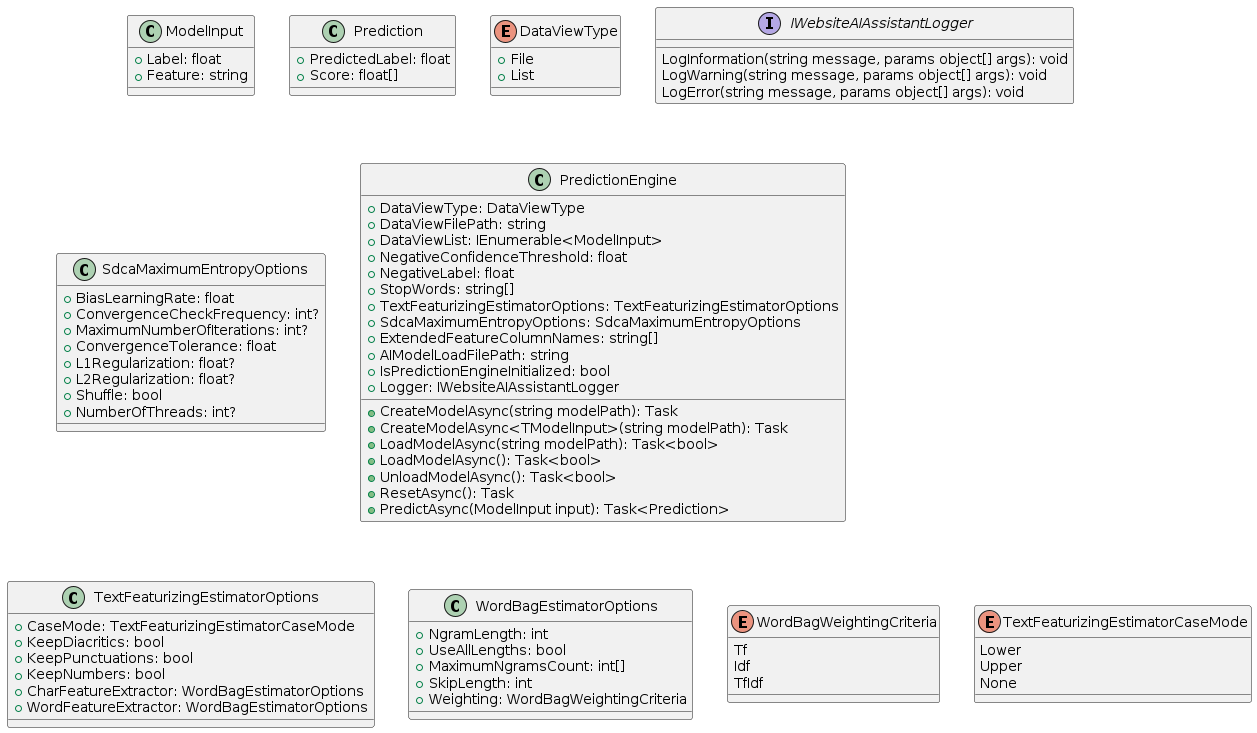
Above: Docs/ClassDiagram.png in VeritasSoftware/WebsiteAIAssistant (PlantUML), before the change.
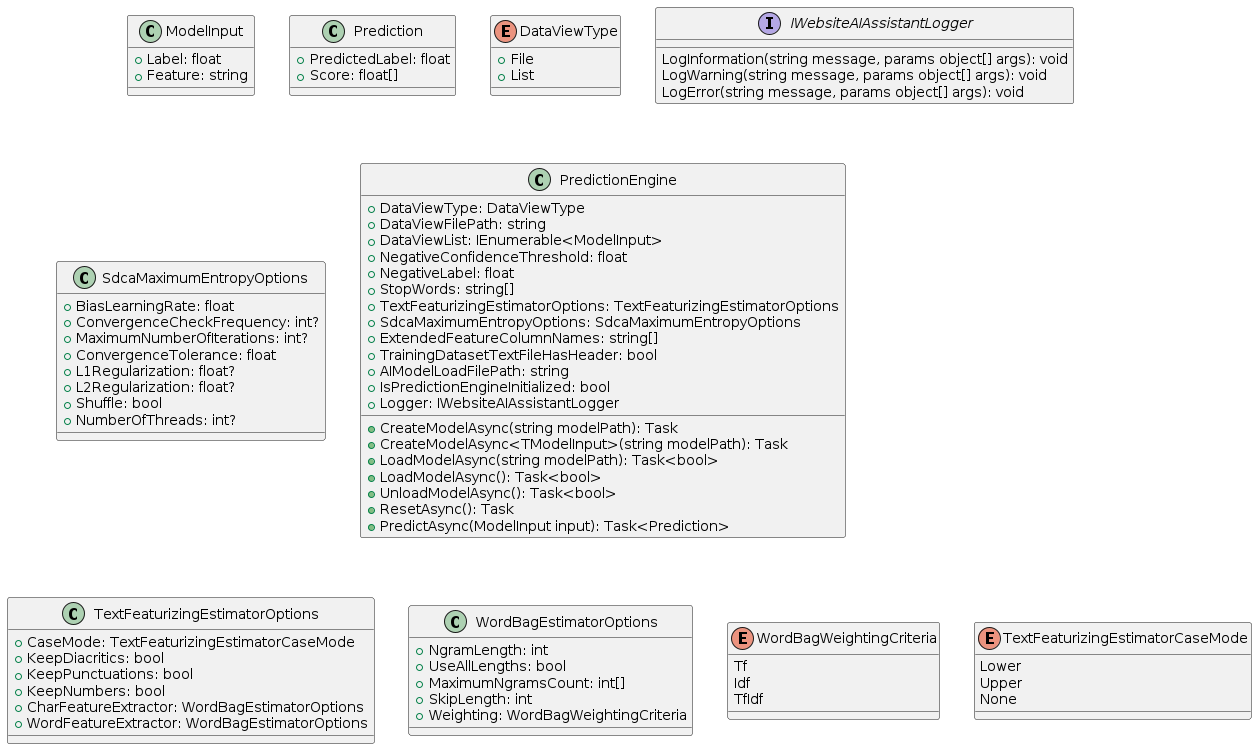
The same file after the commit.

Commit message:
added TrainingDatasetTextFileHasHeader property to enable a header row in the training data file.

Diff of the diagram source:
```diff
@@ -77,6 +77,7 @@
   + TextFeaturizingEstimatorOptions: TextFeaturizingEstimatorOptions
   + SdcaMaximumEntropyOptions: SdcaMaximumEntropyOptions
   + ExtendedFeatureColumnNames: string[]
+  + TrainingDatasetTextFileHasHeader: bool
   + AIModelLoadFilePath: string
   + IsPredictionEngineInitialized: bool
   + Logger: IWebsiteAIAssistantLogger
```
